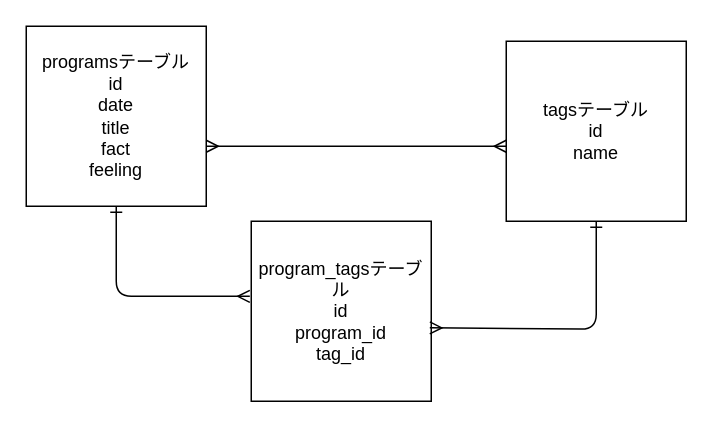
Earlier version of the draw.io diagram table.dio (97ishikawa9/program_output). Source tidied: cells renumbered, new cells numbered last; positions are measured from the earlier drawing's top-left corner, leaving out a move shared by most shapes. Both pictures are drawn from the tidied source at 150%, with x=0, y=0 at pixel (26, 26).
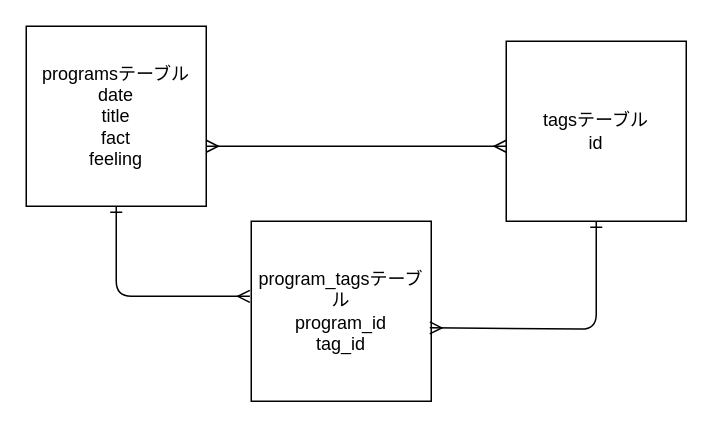
The same diagram, later.

Commit message:
ER図に矢印の記述

The edit, as a diff of the source:
```diff
@@
 <mxGraphModel>
   <root>
     <mxCell id="0" />
     <mxCell id="1" parent="0" />
-    <mxCell id="2" value="programsテーブル&lt;br&gt;id&lt;br&gt;date&lt;br&gt;title&lt;br&gt;fact&lt;br&gt;feeling" style="whiteSpace=wrap;html=1;" parent="1" vertex="1">
+    <mxCell id="2" value="programsテーブル&lt;br&gt;date&lt;br&gt;title&lt;br&gt;fact&lt;br&gt;feeling" style="whiteSpace=wrap;html=1;" parent="1" vertex="1">
       <mxGeometry width="120" height="120" as="geometry" />
     </mxCell>
-    <mxCell id="3" value="program_tagsテーブル&lt;br&gt;id&lt;br&gt;program_id&lt;br&gt;tag_id" style="whiteSpace=wrap;html=1;" parent="1" vertex="1">
+    <mxCell id="3" value="program_tagsテーブル&lt;br&gt;program_id&lt;br&gt;tag_id" style="whiteSpace=wrap;html=1;" parent="1" vertex="1">
       <mxGeometry x="150" y="130" width="120" height="120" as="geometry" />
     </mxCell>
-    <mxCell id="4" value="tagsテーブル&lt;br&gt;id&lt;br&gt;name" style="whiteSpace=wrap;html=1;" parent="1" vertex="1">
+    <mxCell id="4" value="tagsテーブル&lt;br&gt;id" style="whiteSpace=wrap;html=1;" parent="1" vertex="1">
       <mxGeometry x="320" y="10" width="120" height="120" as="geometry" />
     </mxCell>
     <mxCell id="5" style="endArrow=ERmany;html=1;startArrow=ERone;startFill=0;entryX=-0.008;entryY=0.417;entryDx=0;entryDy=0;endFill=0;entryPerimeter=0;exitX=0.5;exitY=1;exitDx=0;exitDy=0;" parent="1" edge="1" source="2" target="3">
       <mxGeometry relative="1" as="geometry">
         <Array as="points">
           <mxPoint x="60" y="180" />
         </Array>
       </mxGeometry>
     </mxCell>
     <mxCell id="6" style="endArrow=ERone;html=1;exitX=0.992;exitY=0.592;exitDx=0;exitDy=0;entryX=0.5;entryY=1;entryDx=0;entryDy=0;startArrow=ERmany;startFill=0;endFill=0;exitPerimeter=0;" parent="1" edge="1" source="3" target="4">
       <mxGeometry relative="1" as="geometry">
         <Array as="points">
           <mxPoint x="380" y="202" />
         </Array>
       </mxGeometry>
     </mxCell>
     <mxCell id="7" style="endArrow=none;html=1;entryX=0;entryY=0.667;entryDx=0;entryDy=0;entryPerimeter=0;startArrow=ERmany;startFill=0;strokeColor=none;" parent="1" edge="1" target="3">
       <mxGeometry relative="1" as="geometry">
         <mxPoint x="120" y="80" as="sourcePoint" />
       </mxGeometry>
     </mxCell>
     <mxCell id="8" style="endArrow=ERmany;html=1;endFill=0;startArrow=ERmany;startFill=0;" parent="1" edge="1">
       <mxGeometry relative="1" as="geometry">
         <mxPoint x="120" y="80" as="sourcePoint" />
         <mxPoint x="320" y="80" as="targetPoint" />
       </mxGeometry>
     </mxCell>
   </root>
 </mxGraphModel>
```
